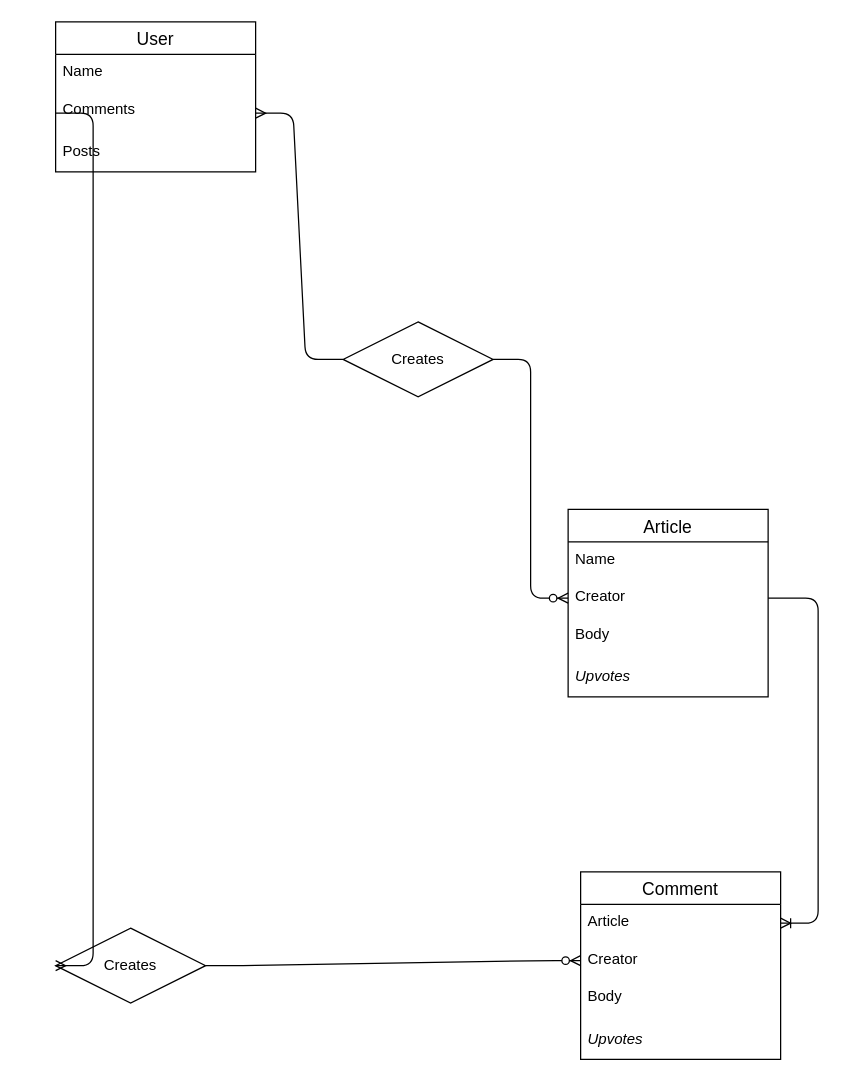
Before: Untitled Diagram.drawio in DoctorZulu/Seenit, a draw.io diagram. Source tidied: cells renumbered, new cells numbered last; positions are measured from the earlier drawing's top-left corner, leaving out a move shared by most shapes. Both pictures are drawn from the tidied source at 125%, with x=0, y=0 at pixel (55, 21).
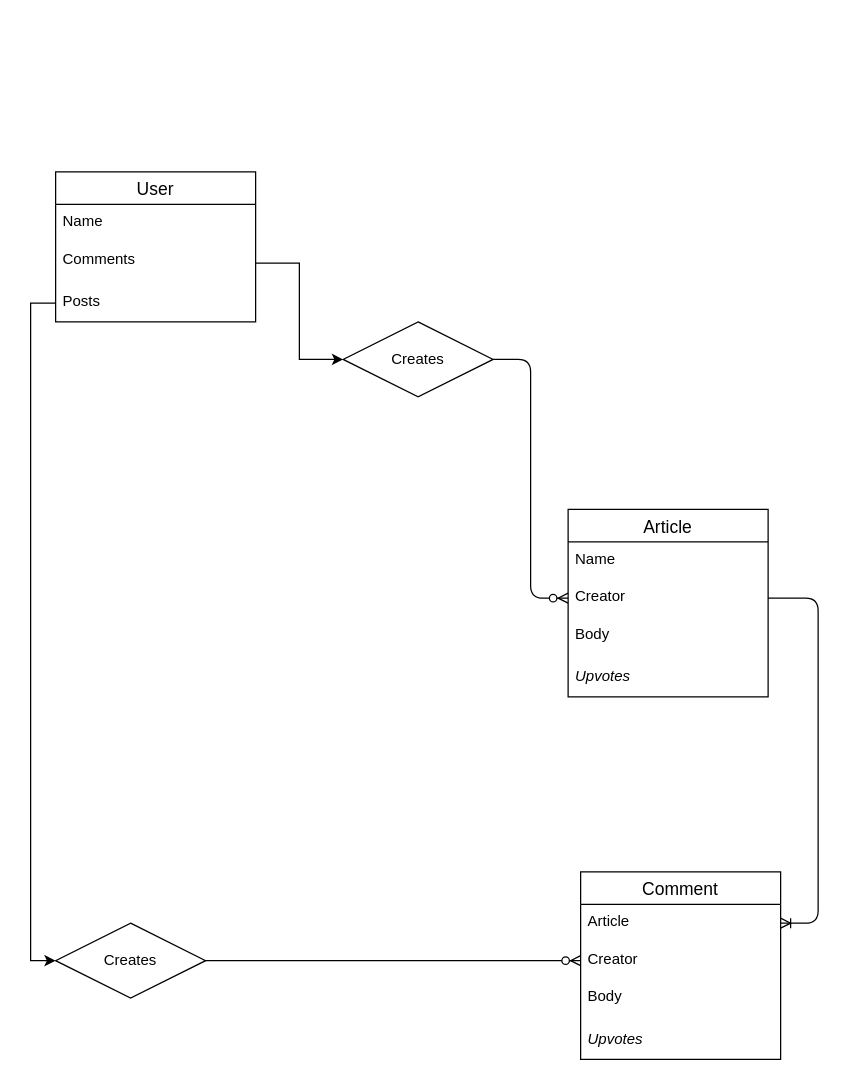
Above is the later version.

Unchanged cells that the change refers to:
```xml
<mxCell id="5" value="Comments" style="text;strokeColor=none;fillColor=none;spacingLeft=4;spacingRight=4;overflow=hidden;points=[[0,0.5],[1,0.5]];portConstraint=eastwest;fontSize=12;" parent="3" vertex="1">
  <mxGeometry y="56" width="160" height="34" as="geometry" />
</mxCell>
<mxCell id="6" value="Posts" style="text;strokeColor=none;fillColor=none;spacingLeft=4;spacingRight=4;overflow=hidden;points=[[0,0.5],[1,0.5]];portConstraint=eastwest;fontSize=12;" parent="3" vertex="1">
  <mxGeometry y="90" width="160" height="30" as="geometry" />
</mxCell>
<mxCell id="7" value="Creates" style="shape=rhombus;perimeter=rhombusPerimeter;whiteSpace=wrap;html=1;align=center;" parent="1" vertex="1">
  <mxGeometry x="230" y="240" width="120" height="60" as="geometry" />
</mxCell>
```

The edit, as a diff of the source:
```diff
@@
-    <mxCell id="2" style="edgeStyle=entityRelationEdgeStyle;fontSize=12;html=1;endArrow=ERmany;exitX=0;exitY=0.5;exitDx=0;exitDy=0;entryX=1;entryY=0.5;entryDx=0;entryDy=0;" parent="1" edge="1" source="7" target="5">
-      <mxGeometry relative="1" as="geometry" />
-    </mxCell>
     <mxCell id="3" value="User" style="swimlane;fontStyle=0;horizontal=1;startSize=26;align=center;fontSize=14;" parent="1" vertex="1">
-      <mxGeometry width="160" height="120" as="geometry" />
+      <mxGeometry y="120" width="160" height="120" as="geometry" />
     </mxCell>
@@
     <mxCell id="20" value="Creates" style="shape=rhombus;perimeter=rhombusPerimeter;whiteSpace=wrap;html=1;align=center;" parent="1" vertex="1">
-      <mxGeometry y="725" width="120" height="60" as="geometry" />
+      <mxGeometry y="721" width="120" height="60" as="geometry" />
     </mxCell>
@@
-    <mxCell id="22" style="edgeStyle=entityRelationEdgeStyle;fontSize=12;html=1;endArrow=ERmany;exitX=0;exitY=0.5;exitDx=0;exitDy=0;entryX=0;entryY=0.5;entryDx=0;entryDy=0;" parent="1" edge="1" source="5" target="20">
-      <mxGeometry relative="1" as="geometry" />
-    </mxCell>
+    <mxCell id="23" style="edgeStyle=orthogonalEdgeStyle;rounded=0;jettySize=auto;html=1;entryX=0;entryY=0.5;entryDx=0;entryDy=0;fontSize=14;" parent="1" edge="1" source="6" target="20">
+      <mxGeometry relative="1" as="geometry" />
+    </mxCell>
+    <mxCell id="24" style="edgeStyle=orthogonalEdgeStyle;rounded=0;jettySize=auto;html=1;entryX=0;entryY=0.5;entryDx=0;entryDy=0;fontSize=14;" parent="1" edge="1" source="5" target="7">
+      <mxGeometry relative="1" as="geometry" />
+    </mxCell>
```
